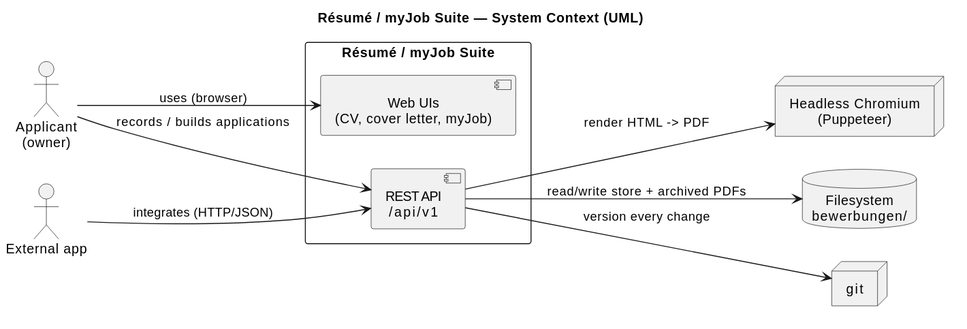
Earlier version of the PlantUML export docs/umls/03_system_context.svg (NexusHero/Resume). Its source is kept beside it as docs/umls/03_system_context.puml.
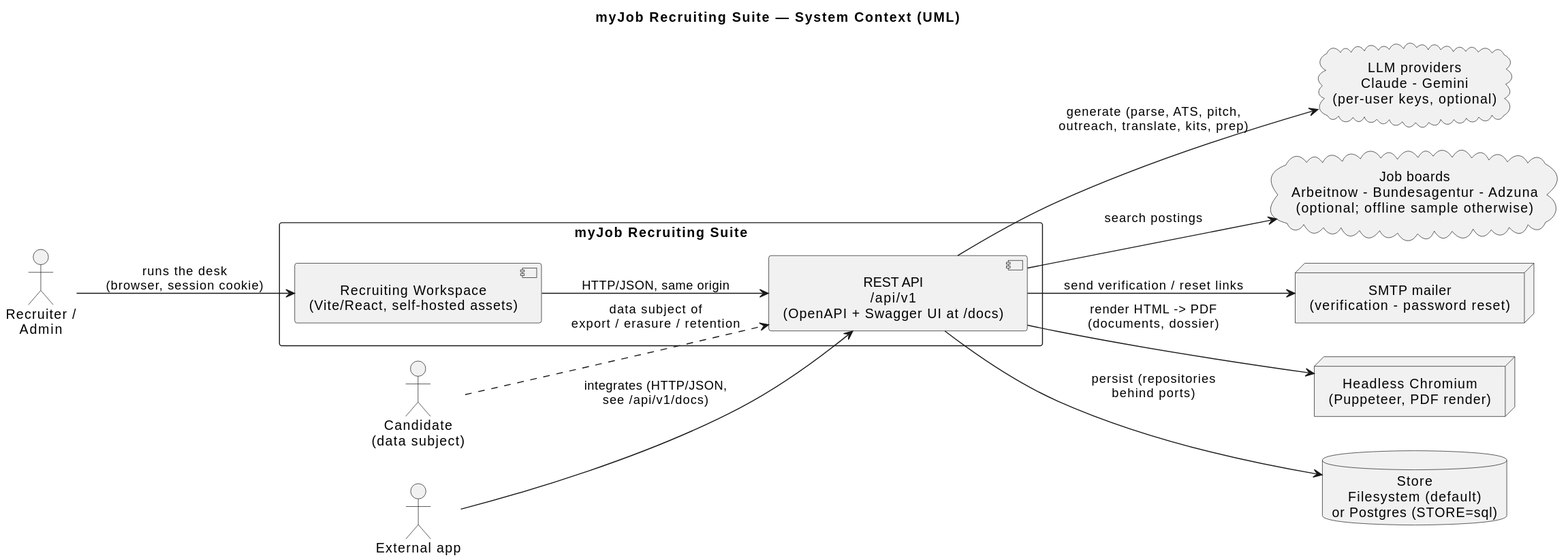
After the change.

Commit message:
docs(arc42): redraw both UML diagrams for the recruiting suite + refresh stale sections

The edit, as a diff of the source:
```diff
@@ -1,28 +1,34 @@
 @startuml 03_system_context
-title Résumé / myJob Suite — System Context (UML)
+title myJob Recruiting Suite — System Context (UML)
 
 skinparam shadowing false
 skinparam defaultTextAlignment center
 left to right direction
 
-actor "Applicant\n(owner)" as Owner
+actor "Recruiter /\nAdmin" as Recruiter
+actor "Candidate\n(data subject)" as Candidate
 actor "External app" as Ext
 
-rectangle "Résumé / myJob Suite" as System {
-  component "REST API\n/api/v1" as API
-  component "Web UIs\n(CV, cover letter, myJob)" as UI
+rectangle "myJob Recruiting Suite" as System {
+  component "REST API\n/api/v1\n(OpenAPI + Swagger UI at /docs)" as API
+  component "Recruiting Workspace\n(Vite/React, self-hosted assets)" as UI
 }
 
-node "Headless Chromium\n(Puppeteer)" as Chromium
-database "Filesystem\nbewerbungen/" as FS
-node "git" as Git
+cloud "LLM providers\nClaude - Gemini\n(per-user keys, optional)" as LLM
+cloud "Job boards\nArbeitnow - Bundesagentur - Adzuna\n(optional; offline sample otherwise)" as Jobs
+node "SMTP mailer\n(verification - password reset)" as Mail
+node "Headless Chromium\n(Puppeteer, PDF render)" as Chromium
+database "Store\nFilesystem (default)\nor Postgres (STORE=sql)" as Store
 
-Owner --> UI : uses (browser)
-Owner --> API : records / builds applications
-Ext --> API : integrates (HTTP/JSON)
+Recruiter --> UI : runs the desk\n(browser, session cookie)
+UI --> API : HTTP/JSON, same origin
+Ext --> API : integrates (HTTP/JSON,\nsee /api/v1/docs)
+Candidate ..> API : data subject of\nexport / erasure / retention
 
-API --> Chromium : render HTML -> PDF
-API --> FS : read/write store + archived PDFs
-API --> Git : version every change
+API --> LLM : generate (parse, ATS, pitch,\noutreach, translate, kits, prep)
+API --> Jobs : search postings
+API --> Mail : send verification / reset links
+API --> Chromium : render HTML -> PDF\n(documents, dossier)
+API --> Store : persist (repositories\nbehind ports)
 
 @enduml
```
